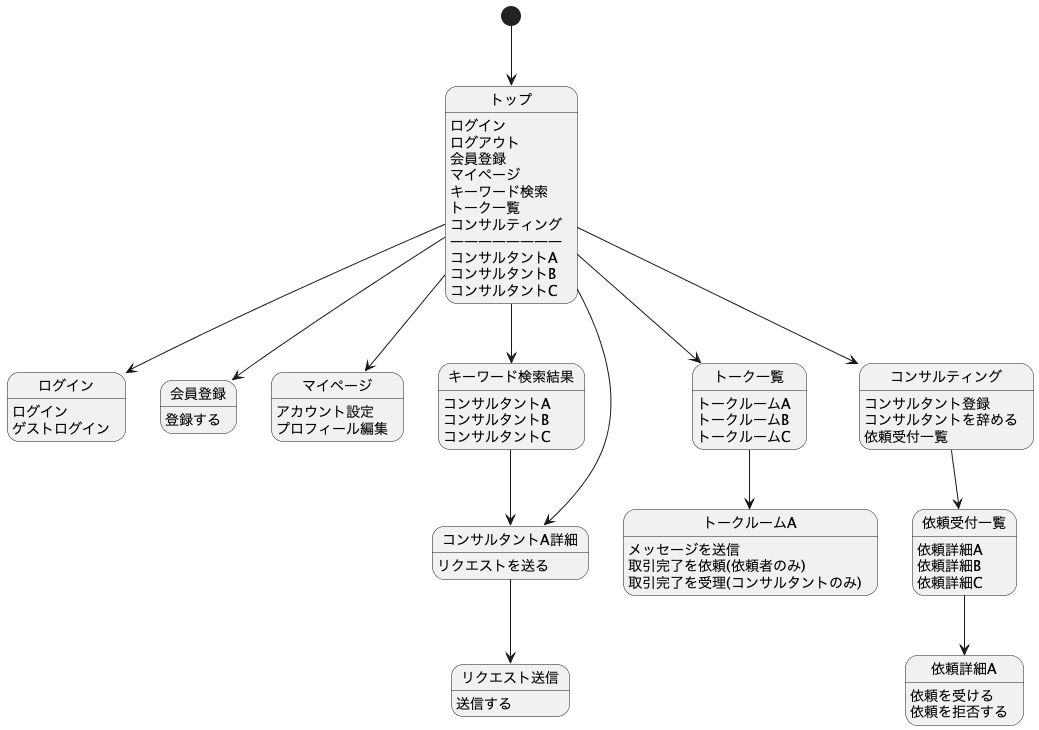
The PlantUML diagram documents/screen_flow_diagram.png in nobukofu69/origin-idea, before a commit.
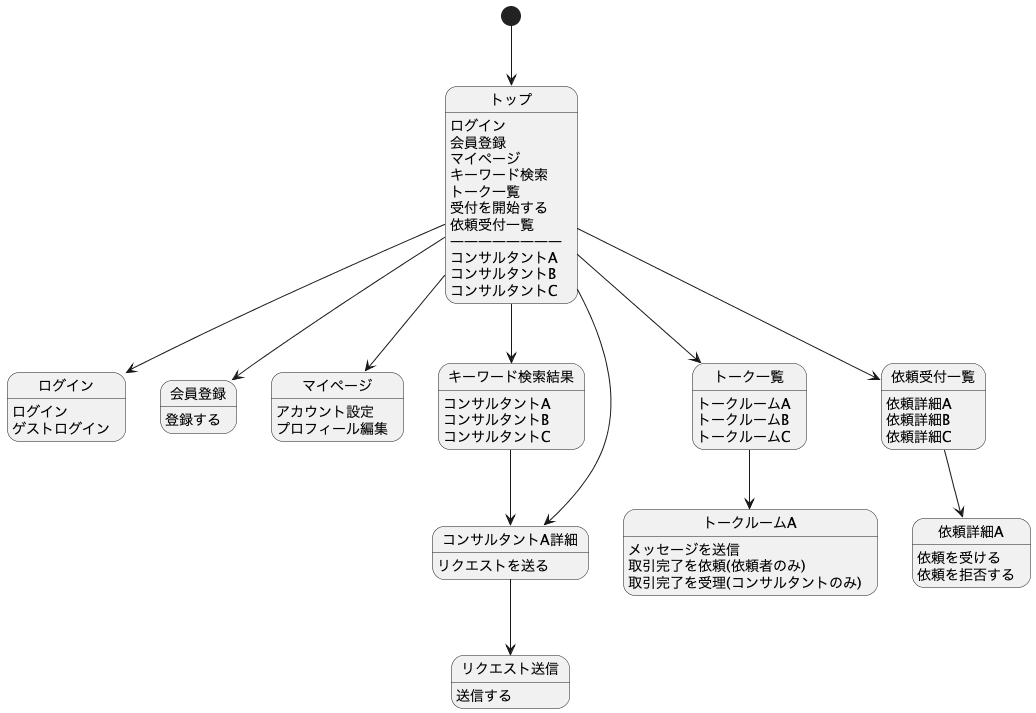
After the commit.

Commit message:
screen_flow_diagramを修正

Change to the diagram source:
```diff
@@ -2,12 +2,12 @@
 
 [*] --> トップ
 トップ : ログイン
-トップ : ログアウト
 トップ : 会員登録
 トップ : マイページ
 トップ : キーワード検索
 トップ : トーク一覧
-トップ : コンサルティング
+トップ : 受付を開始する
+トップ : 依頼受付一覧
 トップ : ――――――――
 トップ : コンサルタントA
 トップ : コンサルタントB
@@ -17,7 +17,7 @@
 トップ --> マイページ
 トップ --> キーワード検索結果
 トップ --> トーク一覧
-トップ --> コンサルティング
+トップ --> 依頼受付一覧
 トップ --> コンサルタントA詳細
 
 ログイン : ログイン
@@ -38,11 +38,6 @@
 
 リクエスト送信 : 送信する
 
-コンサルティング : コンサルタント登録
-コンサルティング : コンサルタントを辞める
-コンサルティング : 依頼受付一覧
-コンサルティング --> 依頼受付一覧
-
 トーク一覧 :トークルームA
 トーク一覧 :トークルームB
 トーク一覧 :トークルームC
```
